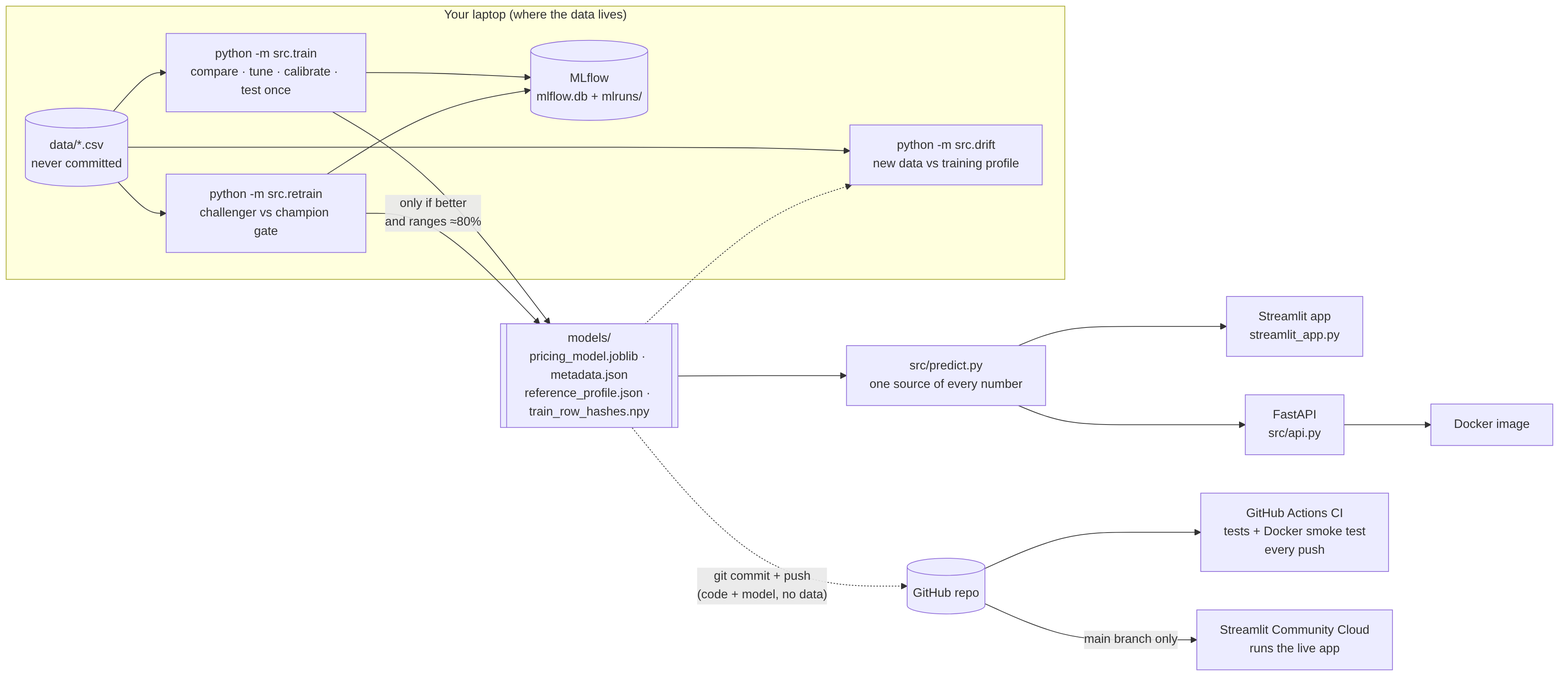
The Mermaid diagram docs/architecture.png in Kaushik075/used-car-pricing-engine, before a commit. Its source is kept beside it as docs/architecture.mmd.
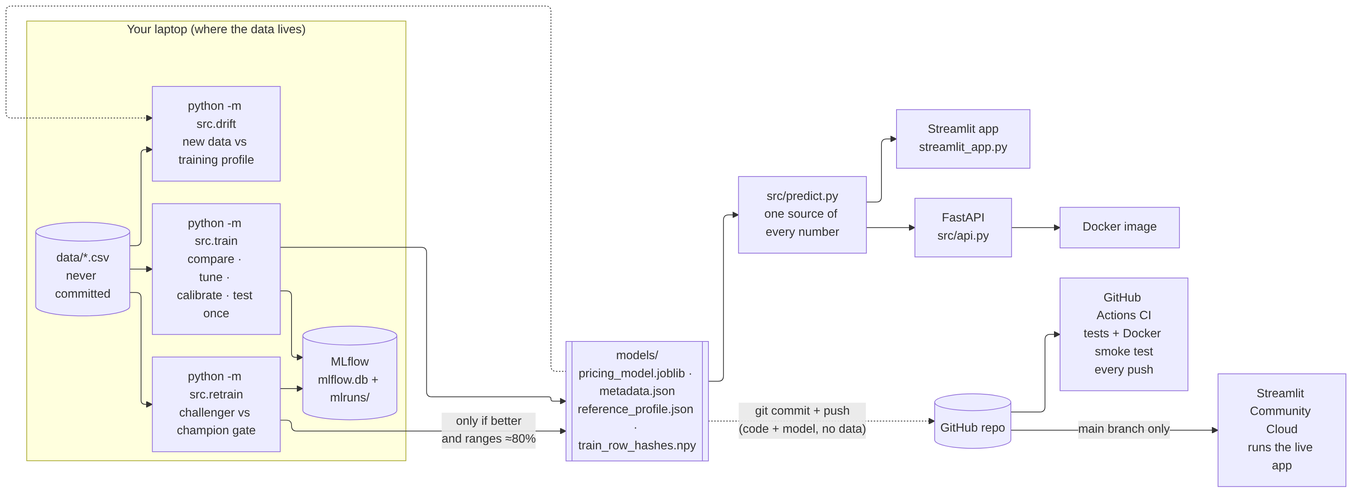
After the commit.

Commit message:
Redraw architecture diagram with GitHub's layout

Diff of the diagram source:
```diff
@@ -1,3 +1,9 @@
+---
+config:
+  layout: elk
+  flowchart:
+    wrappingWidth: 110
+---
 flowchart LR
     subgraph local["Your laptop (where the data lives)"]
         CSV[("data/*.csv<br/>never committed")]
```
